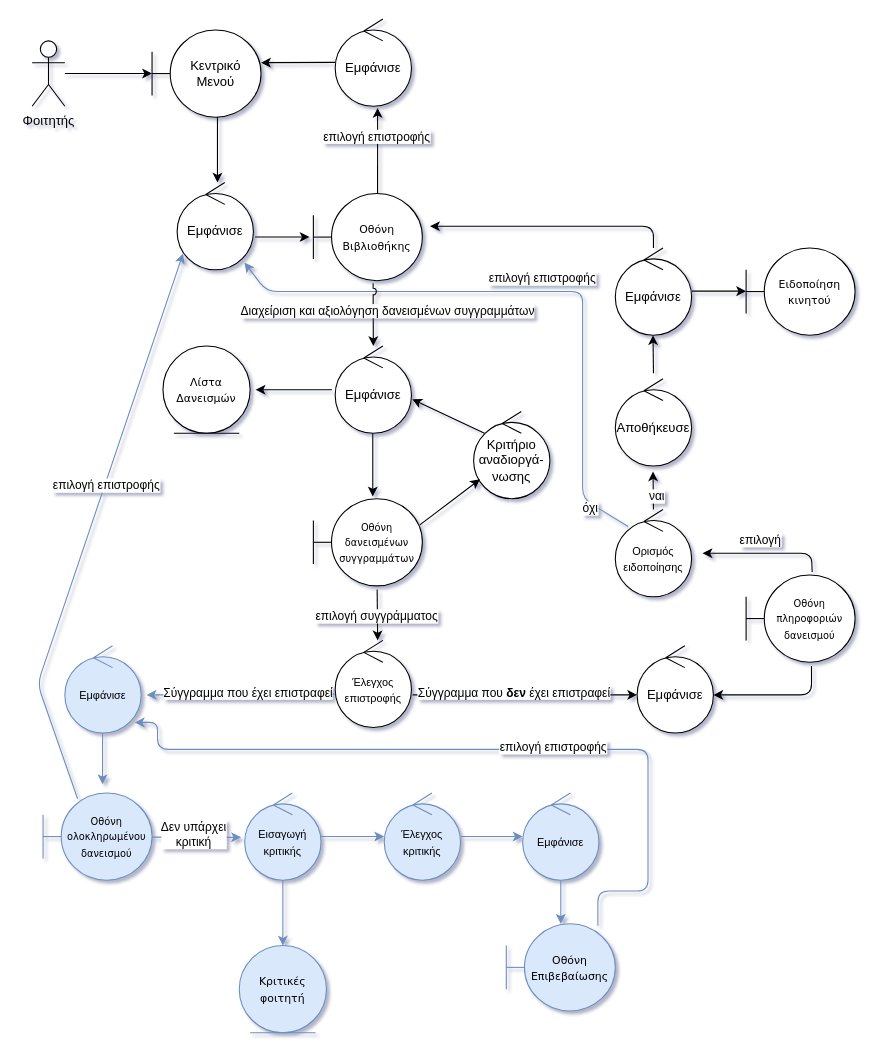
The draw.io diagram page "v0.2 Manage and rate borrowed textbooks" (11 of 16) of docs/Contributions/Vaggelis/Phase 3/Robustness-diagrams-v0.1.drawio in Ibournakas/PaPapp, before the edit. Source tidied: cells renumbered, new cells numbered last; positions are measured from the earlier drawing's top-left corner, leaving out a move shared by most shapes. Both pictures are drawn from the tidied source at 109%, with x=0, y=0 at pixel (32, 19).
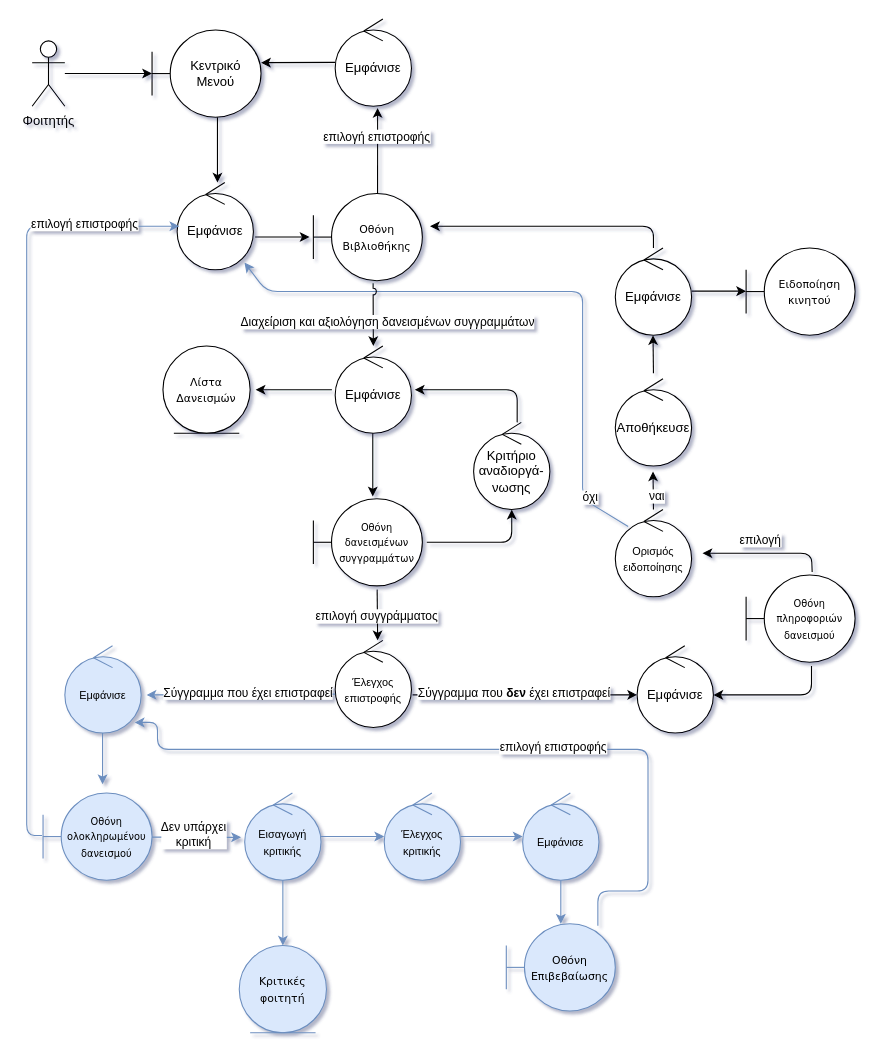
The same page after the edit.

Unchanged cells that the change refers to:
```xml
<mxCell id="9" value="Εμφάνισε" style="ellipse;shape=umlControl;whiteSpace=wrap;html=1;rounded=1;" parent="1" vertex="1">
  <mxGeometry x="133" y="150" width="70" height="80" as="geometry" />
</mxCell>
<mxCell id="17" value="Εμφάνισε" style="ellipse;shape=umlControl;whiteSpace=wrap;html=1;rounded=1;" parent="1" vertex="1">
  <mxGeometry x="278" y="300" width="70" height="80" as="geometry" />
</mxCell>
<mxCell id="19" value="&lt;font style=&quot;font-size: 9px;&quot; face=&quot;Verdana&quot;&gt;Οθόνη δανεισμένων συγγραμμάτων&lt;/font&gt;" style="shape=umlBoundary;whiteSpace=wrap;html=1;rounded=1;" parent="1" vertex="1">
  <mxGeometry x="258" y="440" width="100" height="80" as="geometry" />
</mxCell>
<mxCell id="46" value="&lt;font style=&quot;font-size: 9px;&quot; face=&quot;Verdana&quot;&gt;Οθόνη ολοκληρωμένου δανεισμού&lt;/font&gt;" style="shape=umlBoundary;whiteSpace=wrap;html=1;rounded=1;fillColor=#dae8fc;strokeColor=#6c8ebf;" parent="1" vertex="1">
  <mxGeometry x="10" y="710" width="100" height="80" as="geometry" />
</mxCell>
```

Diff of the diagram source:
```diff
@@
     <mxCell id="16" value="Διαχείριση και αξιολόγηση δανεισμένων συγγραμμάτων" style="edgeLabel;html=1;align=center;verticalAlign=middle;rounded=1;" parent="1" vertex="1">
-      <mxGeometry x="323" y="270" as="geometry">
+      <mxGeometry x="323" y="280" as="geometry">
         <mxPoint x="2" y="-3" as="offset" />
       </mxGeometry>
     </mxCell>
@@
     <mxCell id="22" value="Κριτήριο αναδιοργά-&lt;br&gt;νωσης" style="ellipse;shape=umlControl;whiteSpace=wrap;html=1;rounded=1;" parent="1" vertex="1">
-      <mxGeometry x="405" y="360" width="70" height="80" as="geometry" />
+      <mxGeometry x="405" y="370" width="70" height="80" as="geometry" />
     </mxCell>
-    <mxCell id="23" style="endArrow=classic;html=1;rounded=1;exitX=0.977;exitY=0.301;exitDx=0;exitDy=0;exitPerimeter=0;" parent="1" edge="1" source="19" target="22">
-      <mxGeometry relative="1" as="geometry" />
+    <mxCell id="23" style="endArrow=classic;html=1;rounded=1;exitX=1.04;exitY=0.5;exitDx=0;exitDy=0;exitPerimeter=0;" parent="1" edge="1" source="19" target="22">
+      <mxGeometry relative="1" as="geometry">
+        <Array as="points">
+          <mxPoint x="440" y="480" />
+        </Array>
+      </mxGeometry>
     </mxCell>
-    <mxCell id="24" style="endArrow=classic;html=1;rounded=1;entryX=1.01;entryY=0.609;entryDx=0;entryDy=0;entryPerimeter=0;" parent="1" edge="1" target="17">
+    <mxCell id="24" style="endArrow=classic;html=1;rounded=1;entryX=1.043;entryY=0.5;entryDx=0;entryDy=0;entryPerimeter=0;exitX=0.571;exitY=0;exitDx=0;exitDy=0;exitPerimeter=0;" parent="1" edge="1" source="22" target="17">
       <mxGeometry relative="1" as="geometry">
-        <mxPoint x="415" y="380" as="sourcePoint" />
+        <Array as="points">
+          <mxPoint x="445" y="340" />
+          <mxPoint x="415" y="340" />
+        </Array>
       </mxGeometry>
     </mxCell>
@@
-    <mxCell id="43" value="επιλογή επιστροφής" style="edgeLabel;html=1;align=center;verticalAlign=middle;rounded=1;" parent="1" vertex="1">
-      <mxGeometry x="465" y="240" as="geometry">
-        <mxPoint x="2" y="-3" as="offset" />
-      </mxGeometry>
-    </mxCell>
@@
-    <mxCell id="57" style="endArrow=classic;html=1;rounded=1;exitX=0.317;exitY=0.066;exitDx=0;exitDy=0;exitPerimeter=0;entryX=0.078;entryY=0.814;entryDx=0;entryDy=0;entryPerimeter=0;fillColor=#dae8fc;strokeColor=#6c8ebf;" parent="1" edge="1" source="46" target="9">
+    <mxCell id="57" style="endArrow=classic;html=1;rounded=1;entryX=0.029;entryY=0.5;entryDx=0;entryDy=0;entryPerimeter=0;fillColor=#dae8fc;strokeColor=#6c8ebf;exitX=-0.01;exitY=0.488;exitDx=0;exitDy=0;exitPerimeter=0;" parent="1" edge="1" source="46" target="9">
       <mxGeometry relative="1" as="geometry">
         <Array as="points">
-          <mxPoint x="5" y="610" />
+          <mxPoint x="-5" y="749" />
+          <mxPoint x="-5" y="190" />
         </Array>
       </mxGeometry>
     </mxCell>
     <mxCell id="58" value="επιλογή επιστροφής" style="edgeLabel;html=1;align=center;verticalAlign=middle;rounded=1;" parent="1" vertex="1">
-      <mxGeometry x="65" y="430" as="geometry">
+      <mxGeometry x="45" y="190" as="geometry">
         <mxPoint x="2" y="-3" as="offset" />
       </mxGeometry>
     </mxCell>
@@
     <mxCell id="64" value="όχι" style="edgeLabel;html=1;align=center;verticalAlign=middle;rounded=1;" parent="1" vertex="1">
-      <mxGeometry x="505" y="450" as="geometry">
+      <mxGeometry x="505" y="440" as="geometry">
         <mxPoint x="6" y="-2" as="offset" />
       </mxGeometry>
     </mxCell>
```
